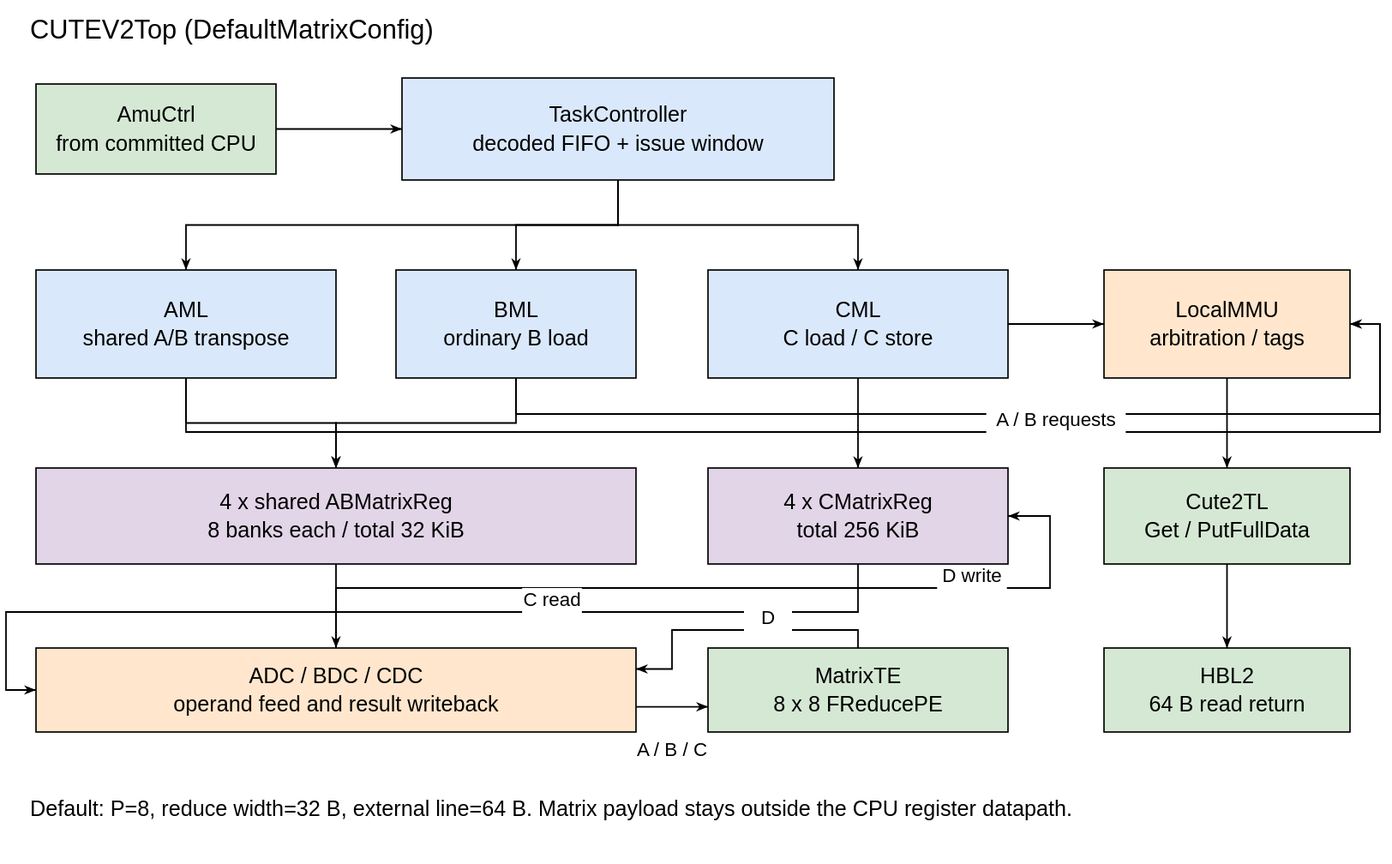
The draw.io diagram docs/zh/cute/figure/cute-overview.svg in OpenXiangShan/XiangShan-Design-Doc, before a commit. Source tidied: cells renumbered, new cells last; positions are measured from the earlier drawing's top-left corner, leaving out a move shared by most shapes.
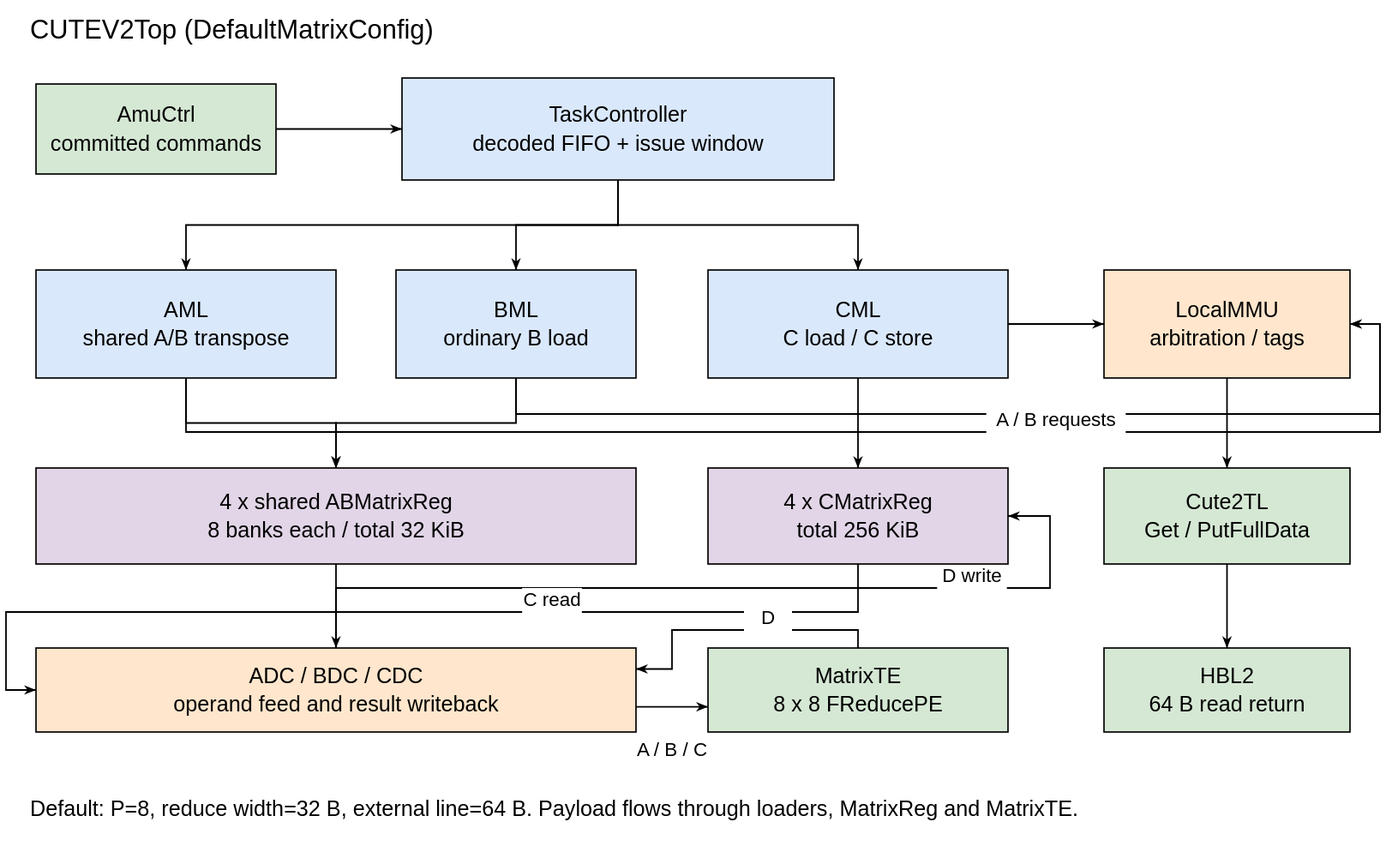
The same file after the commit.

Diff of the diagram source:
```diff
@@ -2,7 +2,7 @@
   <root>
     <mxCell id="0" />
     <mxCell id="1" parent="0" />
-    <mxCell id="2" value="AmuCtrl&lt;br&gt;from committed CPU" style="rounded=0;whiteSpace=wrap;html=1;align=center;verticalAlign=middle;fontFamily=Helvetica;fontSize=18;strokeColor=#000000;strokeWidth=1.2;fillColor=#d5e8d4;" parent="1" vertex="1">
+    <mxCell id="2" value="AmuCtrl&lt;br&gt;committed commands" style="rounded=0;whiteSpace=wrap;html=1;align=center;verticalAlign=middle;fontFamily=Helvetica;fontSize=18;strokeColor=#000000;strokeWidth=1.2;fillColor=#d5e8d4;" parent="1" vertex="1">
       <mxGeometry x="25" y="60" width="200" height="75" as="geometry" />
     </mxCell>
     <mxCell id="3" value="TaskController&lt;br&gt;decoded FIFO + issue window" style="rounded=0;whiteSpace=wrap;html=1;align=center;verticalAlign=middle;fontFamily=Helvetica;fontSize=18;strokeColor=#000000;strokeWidth=1.2;fillColor=#dae8fc;" parent="1" vertex="1">
@@ -122,7 +122,7 @@
     <mxCell id="31" value="CUTEV2Top (DefaultMatrixConfig)" style="text;html=1;align=left;verticalAlign=top;whiteSpace=wrap;fontFamily=Helvetica;fontSize=22;" parent="1" vertex="1">
       <mxGeometry x="20" width="389.9" height="28" as="geometry" />
     </mxCell>
-    <mxCell id="32" value="Default: P=8, reduce width=32 B, external line=64 B. Matrix payload stays outside the CPU register datapath." style="text;html=1;align=left;verticalAlign=top;whiteSpace=wrap;fontFamily=Helvetica;fontSize=18;" parent="1" vertex="1">
+    <mxCell id="32" value="Default: P=8, reduce width=32 B, external line=64 B. Payload flows through loaders, MatrixReg and MatrixTE." style="text;html=1;align=left;verticalAlign=top;whiteSpace=wrap;fontFamily=Helvetica;fontSize=18;" parent="1" vertex="1">
       <mxGeometry x="20" y="652" width="1096.6" height="24" as="geometry" />
     </mxCell>
     <mxCell id="33" value="C read" style="text;html=1;align=center;verticalAlign=middle;whiteSpace=wrap;fontFamily=Helvetica;fontSize=16;fillColor=#ffffff;strokeColor=none;" parent="1" vertex="1">
```
